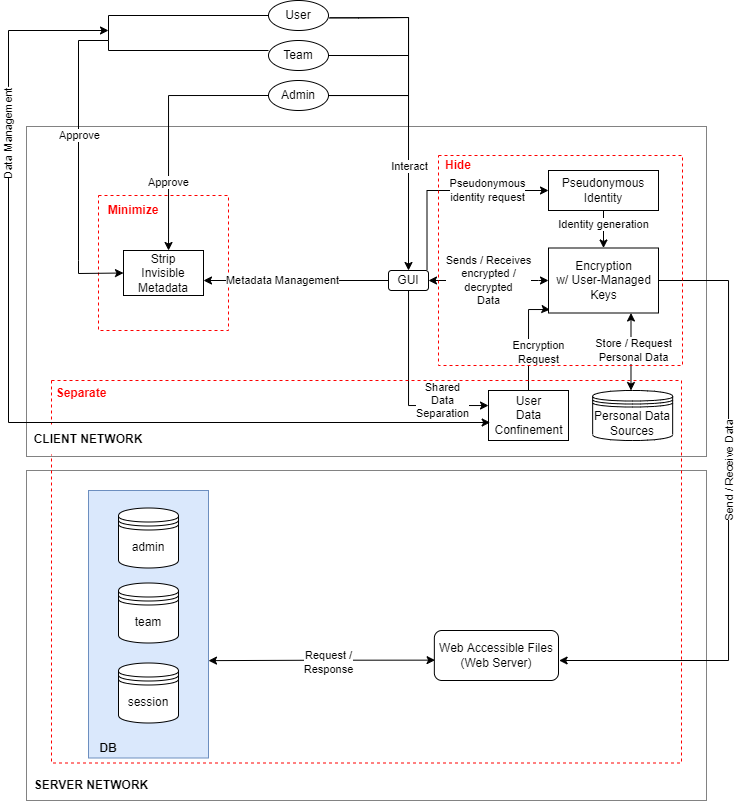
This is Architectural_Requirements_Data_oriented.drawio.png from claudialorusso/CivicSense, a draw.io export, as it was before one commit. Source tidied: cells renumbered, new cells last; positions are measured from the earlier drawing's top-left corner, leaving out a move shared by most shapes.
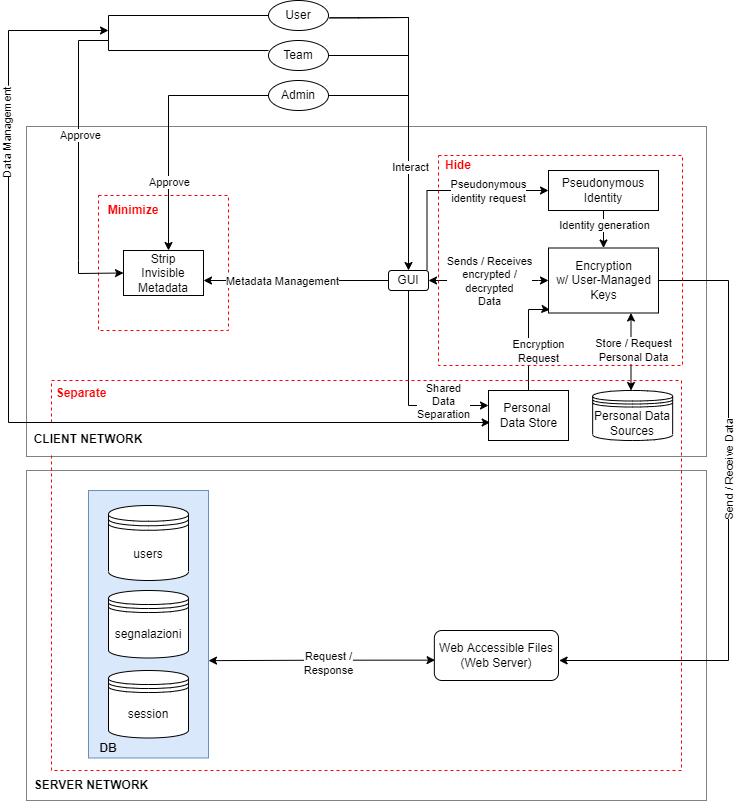
After the change.

The edit, as a diff of the source:
```diff
@@ -251,7 +251,7 @@
         </Array>
       </mxGeometry>
     </mxCell>
-    <mxCell id="54" value="User&lt;br&gt;Data&lt;br&gt;Confinement" style="html=1;" parent="1" vertex="1">
+    <mxCell id="54" value="Personal &lt;br&gt;Data Store" style="html=1;" parent="1" vertex="1">
       <mxGeometry x="480" y="390" width="80" height="50" as="geometry" />
     </mxCell>
     <mxCell id="55" style="edgeStyle=orthogonalEdgeStyle;rounded=0;jettySize=auto;html=1;fontColor=#FF0000;endArrow=none;endFill=0;" parent="1" edge="1" source="56">
@@ -311,13 +311,13 @@
       <mxGeometry x="540" y="170" width="110" height="40" as="geometry" />
     </mxCell>
     <mxCell id="67" value="session" style="shape=datastore;whiteSpace=wrap;html=1;fontColor=#000000;strokeColor=#000000;fillColor=default;" parent="1" vertex="1">
-      <mxGeometry x="110" y="662.5" width="60" height="60" as="geometry" />
+      <mxGeometry x="100" y="670" width="80" height="67.5" as="geometry" />
     </mxCell>
-    <mxCell id="68" value="team" style="shape=datastore;whiteSpace=wrap;html=1;fontColor=#000000;strokeColor=#000000;fillColor=default;" parent="1" vertex="1">
-      <mxGeometry x="110" y="582.5" width="60" height="60" as="geometry" />
+    <mxCell id="68" value="segnalazioni" style="shape=datastore;whiteSpace=wrap;html=1;fontColor=#000000;strokeColor=#000000;fillColor=default;" parent="1" vertex="1">
+      <mxGeometry x="100" y="590" width="80" height="67.5" as="geometry" />
     </mxCell>
-    <mxCell id="69" value="admin" style="shape=datastore;whiteSpace=wrap;html=1;fontColor=#000000;strokeColor=#000000;fillColor=default;" parent="1" vertex="1">
-      <mxGeometry x="110" y="507.5" width="60" height="60" as="geometry" />
+    <mxCell id="69" value="users" style="shape=datastore;whiteSpace=wrap;html=1;fontColor=#000000;strokeColor=#000000;fillColor=default;" parent="1" vertex="1">
+      <mxGeometry x="100" y="505" width="80" height="75" as="geometry" />
     </mxCell>
     <mxCell id="70" value="&lt;b&gt;DB&lt;/b&gt;" style="text;html=1;strokeColor=none;fillColor=none;align=center;verticalAlign=middle;whiteSpace=wrap;rounded=0;fontColor=#000000;" parent="1" vertex="1">
       <mxGeometry x="70" y="732.5" width="60" height="30" as="geometry" />
@@ -352,7 +352,7 @@
       </mxGeometry>
     </mxCell>
     <mxCell id="78" style="rounded=0;whiteSpace=wrap;html=1;fillColor=none;dashed=1;strokeColor=#FF0000;" parent="1" vertex="1">
-      <mxGeometry x="43" y="380" width="630" height="382.5" as="geometry" />
+      <mxGeometry x="43" y="380" width="630" height="390" as="geometry" />
     </mxCell>
     <mxCell id="79" value="&lt;b&gt;&lt;font color=&quot;#ff0000&quot;&gt;Separate&lt;/font&gt;&lt;/b&gt;" style="text;html=1;strokeColor=none;fillColor=none;align=center;verticalAlign=middle;whiteSpace=wrap;rounded=0;dashed=1;" parent="1" vertex="1">
       <mxGeometry x="43" y="380" width="60" height="25" as="geometry" />
```
